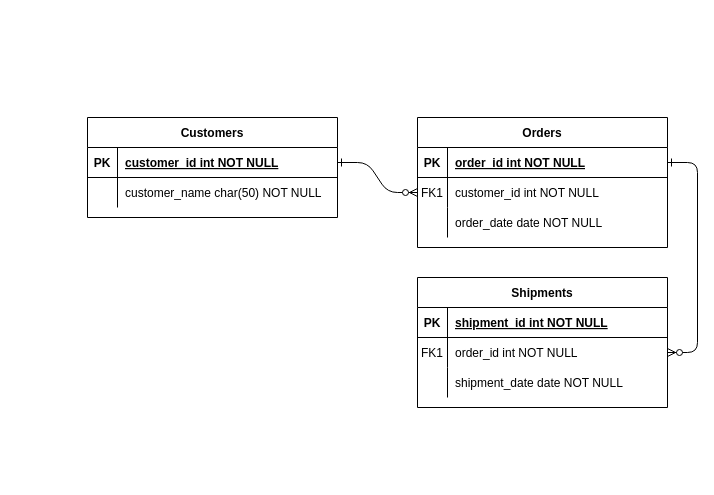
This is Untitled Diagram.drawio from alexfield55/cs3550, a draw.io file, before an edit. Source tidied: cells renumbered, new cells numbered last; positions are measured from the earlier drawing's top-left corner, leaving out a move shared by most shapes. Both pictures are drawn from the tidied source at 100%, with x=0, y=0 at pixel (87, 117).
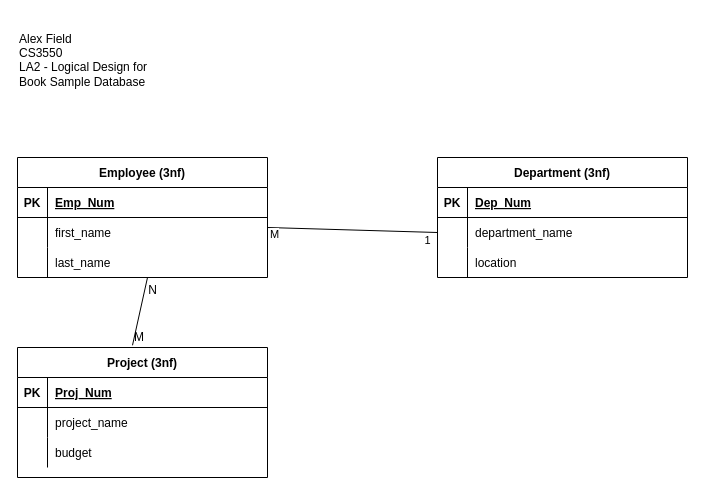
The same diagram, later.

Unchanged cells that the change refers to:
```xml
<mxCell id="5" style="shape=partialRectangle;fillColor=none;points=[[0,0.5],[1,0.5]];portConstraint=eastwest;top=0;left=0;right=0;bottom=1;" parent="4" vertex="1">
  <mxGeometry y="30" width="250" height="30" as="geometry" />
</mxCell>
<mxCell id="8" style="shape=partialRectangle;fillColor=none;points=[[0,0.5],[1,0.5]];portConstraint=eastwest;top=0;left=0;right=0;bottom=0;" parent="4" vertex="1">
  <mxGeometry y="60" width="250" height="30" as="geometry" />
</mxCell>
<mxCell id="11" style="shape=partialRectangle;fillColor=none;top=0;left=0;right=0;bottom=0;" parent="4" vertex="1">
  <mxGeometry y="90" width="250" height="30" as="geometry" />
</mxCell>
<mxCell id="15" style="shape=partialRectangle;fillColor=none;top=0;left=0;right=0;bottom=1;" parent="14" vertex="1">
  <mxGeometry y="30" width="250" height="30" as="geometry" />
</mxCell>
<mxCell id="18" style="shape=partialRectangle;fillColor=none;points=[[0,0.5],[1,0.5]];portConstraint=eastwest;top=0;left=0;right=0;bottom=0;" parent="14" vertex="1">
  <mxGeometry y="60" width="250" height="30" as="geometry" />
</mxCell>
<mxCell id="21" style="shape=partialRectangle;fillColor=none;top=0;left=0;right=0;bottom=0;" parent="14" vertex="1">
  <mxGeometry y="90" width="250" height="30" as="geometry" />
</mxCell>
<mxCell id="25" style="shape=partialRectangle;fillColor=none;points=[[0,0.5],[1,0.5]];portConstraint=eastwest;top=0;left=0;right=0;bottom=1;" parent="24" vertex="1">
  <mxGeometry y="30" width="250" height="30" as="geometry" />
</mxCell>
<mxCell id="28" style="shape=partialRectangle;fillColor=none;top=0;left=0;right=0;bottom=0;" parent="24" vertex="1">
  <mxGeometry y="60" width="250" height="30" as="geometry" />
</mxCell>
```

The edit, as a diff of the source:
```diff
@@
-    <mxCell id="2" style="edgeStyle=entityRelationEdgeStyle;endArrow=ERzeroToMany;startArrow=ERone;endFill=1;startFill=0;" parent="1" edge="1" source="25" target="8">
-      <mxGeometry relative="1" as="geometry" />
-    </mxCell>
-    <mxCell id="3" style="edgeStyle=entityRelationEdgeStyle;endArrow=ERzeroToMany;startArrow=ERone;endFill=1;startFill=0;" parent="1" edge="1" source="5" target="18">
-      <mxGeometry relative="1" as="geometry" />
-    </mxCell>
-    <mxCell id="4" value="Orders" style="shape=table;startSize=30;childLayout=tableLayout;rowLines=0;fontStyle=1;align=center;" parent="1" vertex="1">
-      <mxGeometry x="330" width="250" height="130" as="geometry" />
+    <mxCell id="4" value="Department (3nf)" style="shape=table;startSize=30;childLayout=tableLayout;rowLines=0;fontStyle=1;align=center;" parent="1" vertex="1">
+      <mxGeometry x="350" y="40" width="250" height="120" as="geometry" />
     </mxCell>
@@
-    <mxCell id="7" value="order_id int NOT NULL " style="shape=partialRectangle;overflow=hidden;fillColor=none;top=0;left=0;bottom=0;right=0;align=left;spacingLeft=6;fontStyle=5;" parent="5" vertex="1">
+    <mxCell id="7" value="Dep_Num" style="shape=partialRectangle;overflow=hidden;fillColor=none;top=0;left=0;bottom=0;right=0;align=left;spacingLeft=6;fontStyle=5;" parent="5" vertex="1">
       <mxGeometry x="30" width="220" height="30" as="geometry" />
     </mxCell>
@@
-    <mxCell id="9" value="FK1" style="shape=partialRectangle;overflow=hidden;fillColor=none;top=0;left=0;bottom=0;right=0;" parent="8" vertex="1">
+    <mxCell id="9" style="shape=partialRectangle;overflow=hidden;fillColor=none;top=0;left=0;bottom=0;right=0;" parent="8" vertex="1">
       <mxGeometry width="30" height="30" as="geometry" />
     </mxCell>
-    <mxCell id="10" value="customer_id int NOT NULL" style="shape=partialRectangle;overflow=hidden;fillColor=none;top=0;left=0;bottom=0;right=0;align=left;spacingLeft=6;" parent="8" vertex="1">
+    <mxCell id="10" value="department_name" style="shape=partialRectangle;overflow=hidden;fillColor=none;top=0;left=0;bottom=0;right=0;align=left;spacingLeft=6;" parent="8" vertex="1">
       <mxGeometry x="30" width="220" height="30" as="geometry" />
     </mxCell>
@@
-    <mxCell id="13" value="order_date date NOT NULL" style="shape=partialRectangle;overflow=hidden;fillColor=none;top=0;left=0;bottom=0;right=0;align=left;spacingLeft=6;" parent="11" vertex="1">
+    <mxCell id="13" value="location" style="shape=partialRectangle;overflow=hidden;fillColor=none;top=0;left=0;bottom=0;right=0;align=left;spacingLeft=6;" parent="11" vertex="1">
       <mxGeometry x="30" width="220" height="30" as="geometry" />
     </mxCell>
-    <mxCell id="14" value="Shipments" style="shape=table;startSize=30;childLayout=tableLayout;rowLines=0;fontStyle=1;align=center;" parent="1" vertex="1">
-      <mxGeometry x="330" y="160" width="250" height="130" as="geometry" />
+    <mxCell id="14" value="Project (3nf)" style="shape=table;startSize=30;childLayout=tableLayout;rowLines=0;fontStyle=1;align=center;" parent="1" vertex="1">
+      <mxGeometry x="-70" y="230" width="250" height="130" as="geometry" />
     </mxCell>
@@
-    <mxCell id="17" value="shipment_id int NOT NULL " style="shape=partialRectangle;overflow=hidden;fillColor=none;top=0;left=0;bottom=0;right=0;align=left;spacingLeft=6;fontStyle=5;" parent="15" vertex="1">
+    <mxCell id="17" value="Proj_Num" style="shape=partialRectangle;overflow=hidden;fillColor=none;top=0;left=0;bottom=0;right=0;align=left;spacingLeft=6;fontStyle=5;" parent="15" vertex="1">
       <mxGeometry x="30" width="220" height="30" as="geometry" />
     </mxCell>
@@
-    <mxCell id="19" value="FK1" style="shape=partialRectangle;overflow=hidden;fillColor=none;top=0;left=0;bottom=0;right=0;" parent="18" vertex="1">
+    <mxCell id="19" style="shape=partialRectangle;overflow=hidden;fillColor=none;top=0;left=0;bottom=0;right=0;" parent="18" vertex="1">
       <mxGeometry width="30" height="30" as="geometry" />
     </mxCell>
-    <mxCell id="20" value="order_id int NOT NULL" style="shape=partialRectangle;overflow=hidden;fillColor=none;top=0;left=0;bottom=0;right=0;align=left;spacingLeft=6;" parent="18" vertex="1">
+    <mxCell id="20" value="project_name" style="shape=partialRectangle;overflow=hidden;fillColor=none;top=0;left=0;bottom=0;right=0;align=left;spacingLeft=6;" parent="18" vertex="1">
       <mxGeometry x="30" width="220" height="30" as="geometry" />
     </mxCell>
@@
-    <mxCell id="23" value="shipment_date date NOT NULL" style="shape=partialRectangle;overflow=hidden;fillColor=none;top=0;left=0;bottom=0;right=0;align=left;spacingLeft=6;" parent="21" vertex="1">
+    <mxCell id="23" value="budget" style="shape=partialRectangle;overflow=hidden;fillColor=none;top=0;left=0;bottom=0;right=0;align=left;spacingLeft=6;" parent="21" vertex="1">
       <mxGeometry x="30" width="220" height="30" as="geometry" />
     </mxCell>
-    <mxCell id="24" value="Customers" style="shape=table;startSize=30;childLayout=tableLayout;rowLines=0;fontStyle=1;align=center;" parent="1" vertex="1">
-      <mxGeometry width="250" height="100" as="geometry" />
+    <mxCell id="24" value="Employee (3nf)" style="shape=table;startSize=30;childLayout=tableLayout;rowLines=0;fontStyle=1;align=center;" parent="1" vertex="1">
+      <mxGeometry x="-70" y="40" width="250" height="120" as="geometry" />
     </mxCell>
@@
-    <mxCell id="27" value="customer_id int NOT NULL " style="shape=partialRectangle;overflow=hidden;fillColor=none;top=0;left=0;bottom=0;right=0;align=left;spacingLeft=6;fontStyle=5;" parent="25" vertex="1">
+    <mxCell id="27" value="Emp_Num" style="shape=partialRectangle;overflow=hidden;fillColor=none;top=0;left=0;bottom=0;right=0;align=left;spacingLeft=6;fontStyle=5;" parent="25" vertex="1">
       <mxGeometry x="30" width="220" height="30" as="geometry" />
     </mxCell>
@@
-    <mxCell id="30" value="customer_name char(50) NOT NULL" style="shape=partialRectangle;overflow=hidden;fillColor=none;top=0;left=0;bottom=0;right=0;align=left;spacingLeft=6;" parent="28" vertex="1">
+    <mxCell id="30" value="first_name" style="shape=partialRectangle;overflow=hidden;fillColor=none;top=0;left=0;bottom=0;right=0;align=left;spacingLeft=6;" parent="28" vertex="1">
       <mxGeometry x="30" width="220" height="30" as="geometry" />
     </mxCell>
+    <mxCell id="31" style="shape=partialRectangle;fillColor=none;top=0;left=0;bottom=0;right=0;" parent="24" vertex="1">
+      <mxGeometry y="90" width="250" height="30" as="geometry" />
+    </mxCell>
+    <mxCell id="32" style="shape=partialRectangle;fillColor=none;top=0;left=0;bottom=0;right=0;overflow=hidden;" parent="31" vertex="1">
+      <mxGeometry width="30" height="30" as="geometry" />
+    </mxCell>
+    <mxCell id="33" value="last_name" style="shape=partialRectangle;fillColor=none;top=0;left=0;bottom=0;right=0;align=left;spacingLeft=6;overflow=hidden;" parent="31" vertex="1">
+      <mxGeometry x="30" width="220" height="30" as="geometry" />
+    </mxCell>
+    <mxCell id="34" style="endArrow=none;html=1;rounded=0;exitX=0.46;exitY=-0.017;exitDx=0;exitDy=0;exitPerimeter=0;" parent="1" edge="1" source="14">
+      <mxGeometry relative="1" as="geometry">
+        <mxPoint x="60" y="160" as="targetPoint" />
+      </mxGeometry>
+    </mxCell>
+    <mxCell id="35" value="M" style="html=1;align=left;verticalAlign=bottom;" parent="34" vertex="1">
+      <mxGeometry x="-1" relative="1" as="geometry" />
+    </mxCell>
+    <mxCell id="36" value="N" style="html=1;align=right;verticalAlign=bottom;" parent="34" vertex="1">
+      <mxGeometry x="1" relative="1" as="geometry">
+        <mxPoint x="10" y="20.1" as="offset" />
+      </mxGeometry>
+    </mxCell>
+    <mxCell id="37" style="endArrow=none;html=1;rounded=0;entryX=0;entryY=0.5;entryDx=0;entryDy=0;" parent="1" edge="1" target="8">
+      <mxGeometry relative="1" as="geometry">
+        <mxPoint x="180" y="110" as="sourcePoint" />
+      </mxGeometry>
+    </mxCell>
+    <mxCell id="38" value="M" style="edgeLabel;html=1;align=center;verticalAlign=middle;" parent="37" vertex="1">
+      <mxGeometry x="-0.25" y="-2" relative="1" as="geometry">
+        <mxPoint x="-57.6" y="2.4" as="offset" />
+      </mxGeometry>
+    </mxCell>
+    <mxCell id="39" value="1" style="edgeLabel;html=1;align=center;verticalAlign=middle;" parent="37" vertex="1">
+      <mxGeometry x="0.88" y="-8" relative="1" as="geometry" />
+    </mxCell>
+    <mxCell id="40" value="Alex Field&lt;br&gt;CS3550&lt;br&gt;LA2 - Logical Design for Book Sample Database&lt;br&gt;&lt;div&gt;&lt;br&gt;&lt;/div&gt;" style="text;html=1;strokeColor=none;fillColor=none;align=left;verticalAlign=middle;whiteSpace=wrap;rounded=0;" parent="1" vertex="1">
+      <mxGeometry x="-70" y="-100" width="150" height="100" as="geometry" />
+    </mxCell>
```
